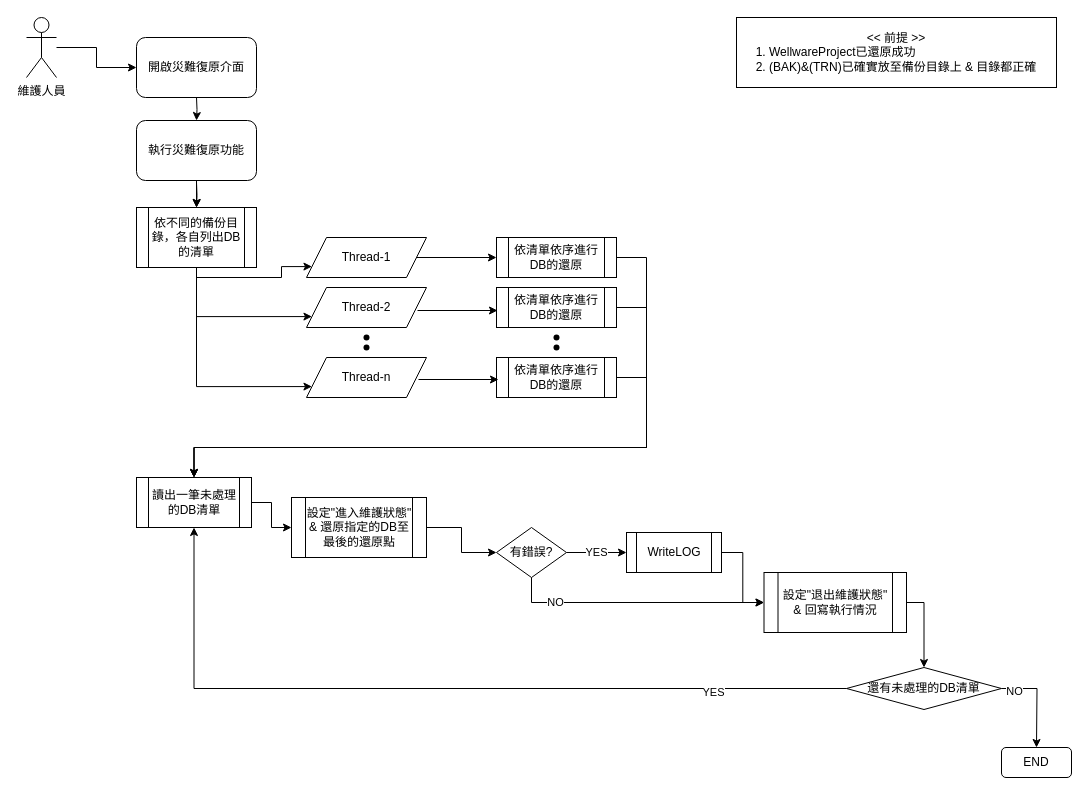
The draw.io diagram asus/ASUSMaintainTool/DBRestore/SA/diagram/ASUS_disaster_recovery.drawio in ArcareRD/sadocs, before the edit. Source tidied: cells renumbered, new cells numbered last; positions are measured from the earlier drawing's top-left corner, leaving out a move shared by most shapes. Both pictures are drawn from the tidied source at 100%, with x=0, y=0 at pixel (26, 17).
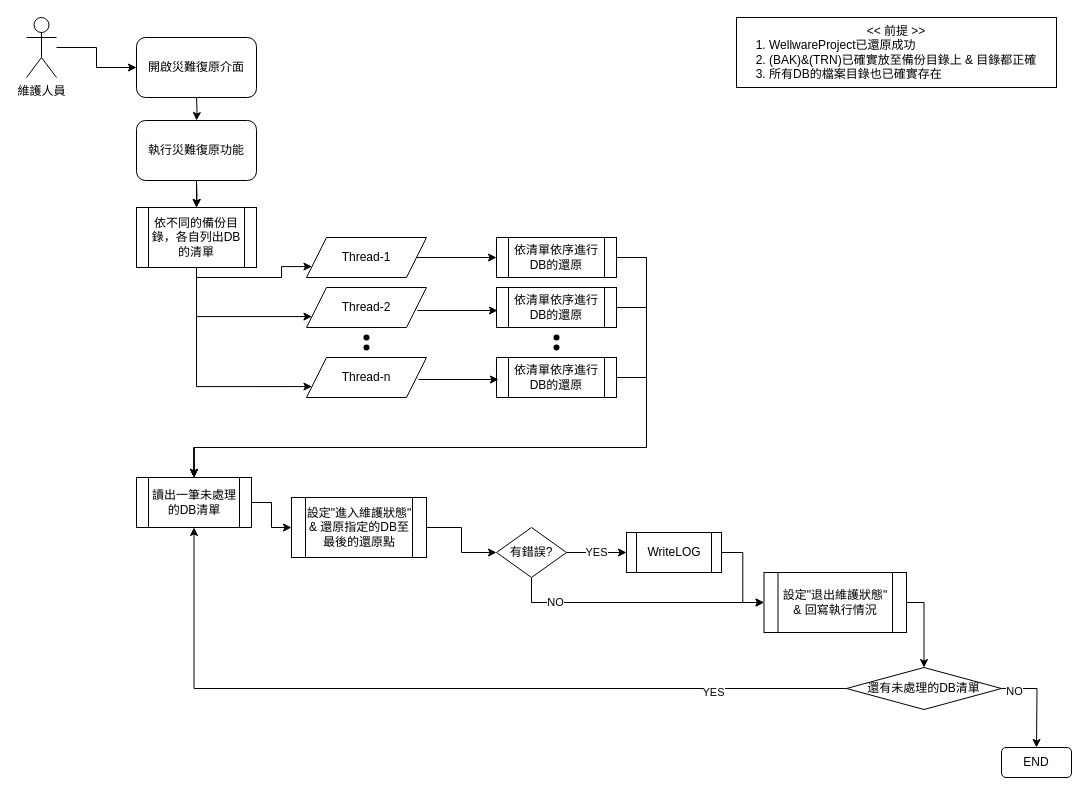
The same page after the edit.

Commit message (it also covers changes not shown here):
add thread & execute pre-condition

What changed in the source:
```diff
@@
-    <mxCell id="49" value="&amp;lt;&amp;lt; 前提 &amp;gt;&amp;gt;&lt;br&gt;&lt;div style=&quot;text-align: left&quot;&gt;&lt;span&gt;1. WellwareProject已還原成功&lt;/span&gt;&lt;/div&gt;&lt;div style=&quot;text-align: left&quot;&gt;&lt;span&gt;2. (BAK)&amp;amp;(TRN)已確實放至備份目錄上 &amp;amp; 目錄都正確&lt;/span&gt;&lt;/div&gt;" style="rounded=0;whiteSpace=wrap;html=1;" parent="1" vertex="1">
+    <mxCell id="49" value="&amp;lt;&amp;lt; 前提 &amp;gt;&amp;gt;&lt;br&gt;&lt;div style=&quot;text-align: left&quot;&gt;&lt;span&gt;1. WellwareProject已還原成功&lt;/span&gt;&lt;/div&gt;&lt;div style=&quot;text-align: left&quot;&gt;&lt;span&gt;2. (BAK)&amp;amp;(TRN)已確實放至備份目錄上 &amp;amp; 目錄都正確&lt;/span&gt;&lt;/div&gt;&lt;div style=&quot;text-align: left&quot;&gt;&lt;span&gt;3. 所有DB的檔案目錄也已確實存在&lt;/span&gt;&lt;/div&gt;" style="rounded=0;whiteSpace=wrap;html=1;" parent="1" vertex="1">
       <mxGeometry x="710" width="320" height="70" as="geometry" />
     </mxCell>
+    <mxCell id="50" style="edgeStyle=orthogonalEdgeStyle;rounded=0;orthogonalLoop=1;jettySize=auto;html=1;exitX=1;exitY=0.5;exitDx=0;exitDy=0;entryX=0.5;entryY=0;entryDx=0;entryDy=0;" parent="1" edge="1">
+      <mxGeometry x="-1" y="93" relative="1" as="geometry">
+        <mxPoint x="590" y="290" as="sourcePoint" />
+        <mxPoint x="167.5" y="460" as="targetPoint" />
+        <Array as="points">
+          <mxPoint x="620" y="290" />
+          <mxPoint x="620" y="430" />
+          <mxPoint x="168" y="430" />
+        </Array>
+        <mxPoint x="-72" y="-91" as="offset" />
+      </mxGeometry>
+    </mxCell>
```
